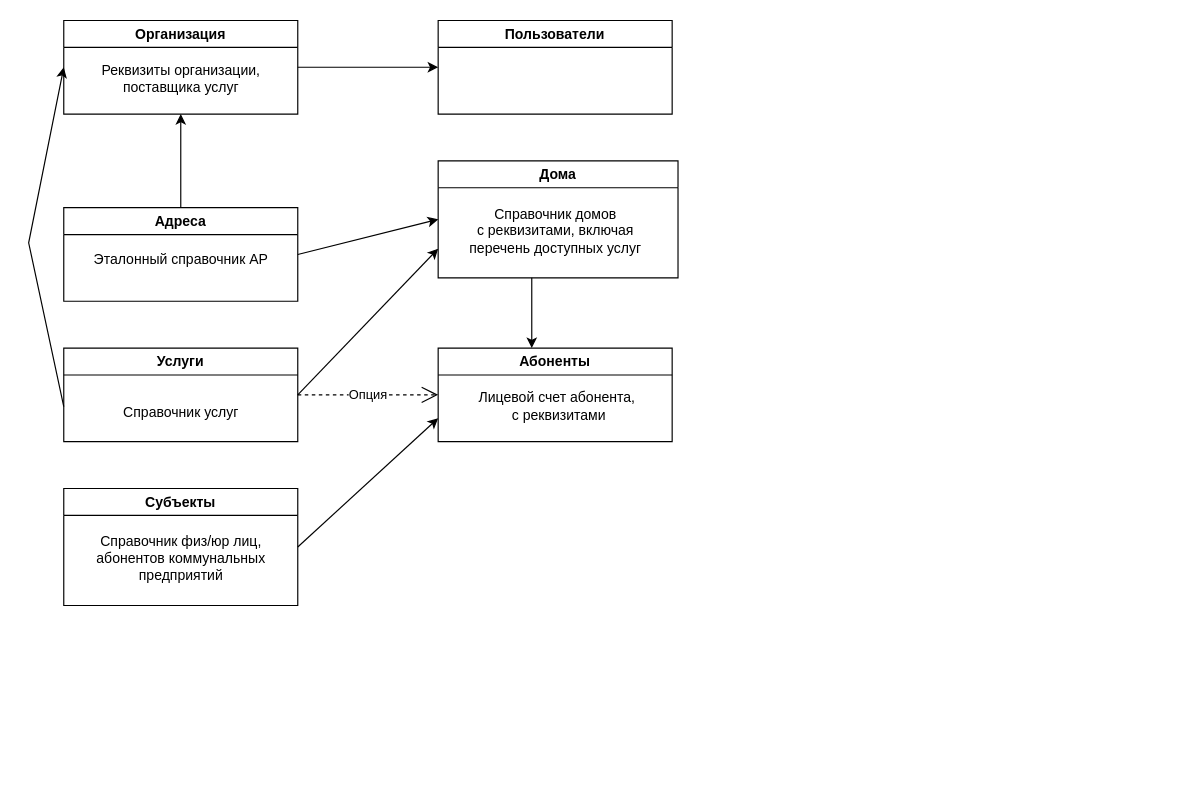
Before: ERBill.drawio in mr-vic/billing, a draw.io diagram. Source tidied: cells renumbered, new cells numbered last; positions are measured from the earlier drawing's top-left corner, leaving out a move shared by most shapes. Both pictures are drawn from the tidied source at 117%, with x=0, y=0 at pixel (28, 20).
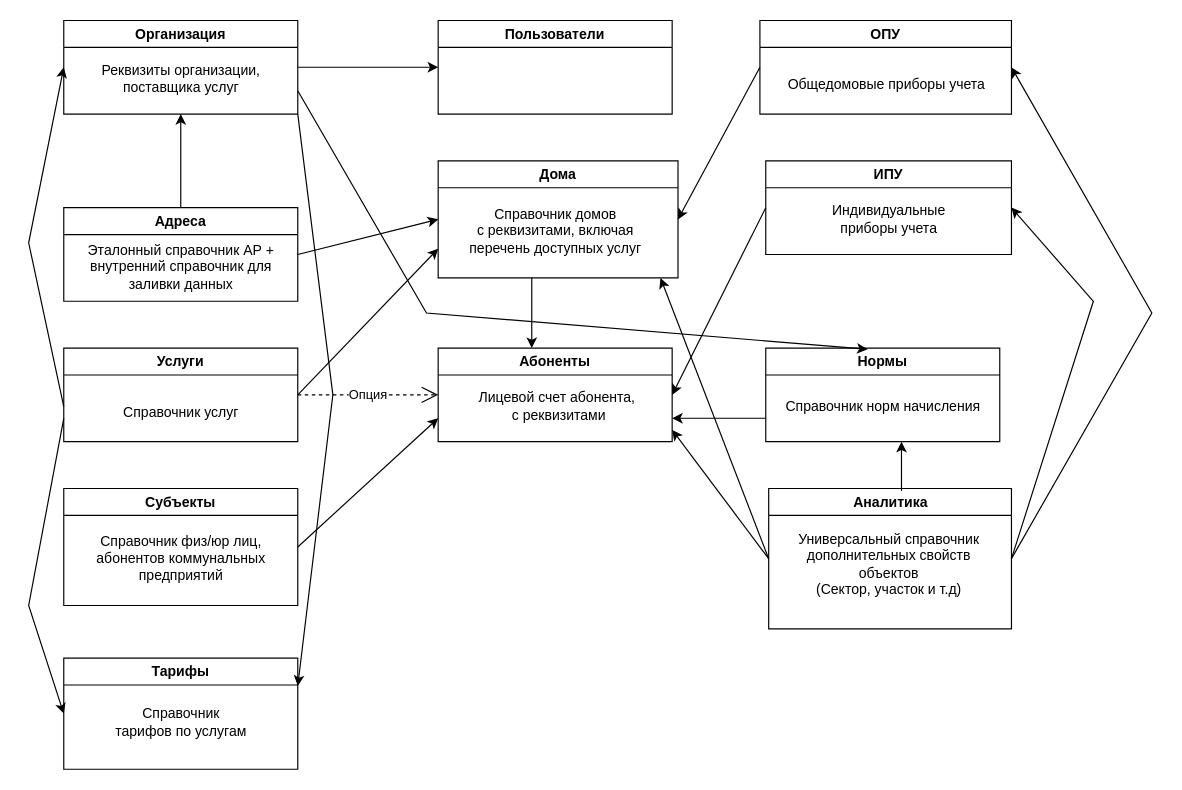
Above is the later version.

The change refers to these unchanged cells:
```xml
<mxCell id="2" value="Организация" style="swimlane;whiteSpace=wrap;html=1;" parent="1" vertex="1">
  <mxGeometry x="30" width="200" height="80" as="geometry" />
</mxCell>
<mxCell id="6" value="Адреса" style="swimlane;whiteSpace=wrap;html=1;" parent="1" vertex="1">
  <mxGeometry x="30" y="160" width="200" height="80" as="geometry" />
</mxCell>
<mxCell id="9" value="Услуги" style="swimlane;whiteSpace=wrap;html=1;" parent="1" vertex="1">
  <mxGeometry x="30" y="280" width="200" height="80" as="geometry" />
</mxCell>
<mxCell id="11" value="Дома" style="swimlane;whiteSpace=wrap;html=1;" parent="1" vertex="1">
  <mxGeometry x="350" y="120" width="205" height="100" as="geometry" />
</mxCell>
<mxCell id="17" value="Абоненты" style="swimlane;whiteSpace=wrap;html=1;" parent="1" vertex="1">
  <mxGeometry x="350" y="280" width="200" height="80" as="geometry" />
</mxCell>
```

The edit, as a diff of the source:
```diff
@@
-    <mxCell id="7" value="Эталонный справочник АР" style="text;html=1;align=center;verticalAlign=middle;strokeColor=none;fillColor=none;" parent="6" vertex="1">
-      <mxGeometry x="15" y="30" width="170" height="30" as="geometry" />
+    <mxCell id="7" value="Эталонный справочник АР +&lt;br&gt;внутренний справочник для&lt;br&gt;заливки данных" style="text;html=1;align=center;verticalAlign=middle;strokeColor=none;fillColor=none;" parent="6" vertex="1">
+      <mxGeometry x="10" y="21" width="180" height="60" as="geometry" />
     </mxCell>
@@
+    <mxCell id="23" value="ОПУ" style="swimlane;whiteSpace=wrap;html=1;" parent="1" vertex="1">
+      <mxGeometry x="625" width="215" height="80" as="geometry" />
+    </mxCell>
+    <mxCell id="24" value="Общедомовые приборы учета" style="text;html=1;align=center;verticalAlign=middle;strokeColor=none;fillColor=none;" parent="23" vertex="1">
+      <mxGeometry x="12.5" y="40" width="190" height="30" as="geometry" />
+    </mxCell>
+    <mxCell id="25" style="endArrow=classic;html=1;rounded=0;exitX=0;exitY=0.5;exitDx=0;exitDy=0;entryX=1;entryY=0.5;entryDx=0;entryDy=0;" parent="1" edge="1" source="23" target="11">
+      <mxGeometry relative="1" as="geometry" />
+    </mxCell>
+    <mxCell id="26" value="ИПУ" style="swimlane;whiteSpace=wrap;html=1;" parent="1" vertex="1">
+      <mxGeometry x="630" y="120" width="210" height="80" as="geometry" />
+    </mxCell>
+    <mxCell id="27" value="Индивидуальные &lt;br&gt;приборы учета" style="text;html=1;align=center;verticalAlign=middle;strokeColor=none;fillColor=none;" parent="26" vertex="1">
+      <mxGeometry x="45" y="30" width="120" height="40" as="geometry" />
+    </mxCell>
+    <mxCell id="28" style="endArrow=classic;html=1;rounded=0;entryX=1;entryY=0.5;entryDx=0;entryDy=0;exitX=0;exitY=0.5;exitDx=0;exitDy=0;" parent="1" edge="1" source="26" target="17">
+      <mxGeometry relative="1" as="geometry" />
+    </mxCell>
+    <mxCell id="29" value="Тарифы" style="swimlane;whiteSpace=wrap;html=1;" parent="1" vertex="1">
+      <mxGeometry x="30" y="545" width="200" height="95" as="geometry" />
+    </mxCell>
+    <mxCell id="30" value="Справочник&lt;br&gt;тарифов по услугам" style="text;html=1;align=center;verticalAlign=middle;strokeColor=none;fillColor=none;" parent="29" vertex="1">
+      <mxGeometry x="30" y="35" width="140" height="40" as="geometry" />
+    </mxCell>
+    <mxCell id="31" style="endArrow=classic;html=1;rounded=0;exitX=0;exitY=0.75;exitDx=0;exitDy=0;entryX=0;entryY=0.5;entryDx=0;entryDy=0;" parent="1" edge="1" source="9" target="29">
+      <mxGeometry relative="1" as="geometry">
+        <Array as="points">
+          <mxPoint y="500" />
+        </Array>
+      </mxGeometry>
+    </mxCell>
+    <mxCell id="32" style="endArrow=classic;html=1;rounded=0;exitX=1;exitY=1;exitDx=0;exitDy=0;entryX=1;entryY=0.25;entryDx=0;entryDy=0;" parent="1" edge="1" source="2" target="29">
+      <mxGeometry relative="1" as="geometry">
+        <Array as="points">
+          <mxPoint x="260" y="320" />
+        </Array>
+      </mxGeometry>
+    </mxCell>
+    <mxCell id="33" value="Нормы" style="swimlane;whiteSpace=wrap;html=1;" parent="1" vertex="1">
+      <mxGeometry x="630" y="280" width="200" height="80" as="geometry" />
+    </mxCell>
+    <mxCell id="34" value="Справочник норм начисления" style="text;html=1;align=center;verticalAlign=middle;strokeColor=none;fillColor=none;" parent="33" vertex="1">
+      <mxGeometry x="5" y="35" width="190" height="30" as="geometry" />
+    </mxCell>
+    <mxCell id="35" style="endArrow=classic;html=1;rounded=0;exitX=1;exitY=0.75;exitDx=0;exitDy=0;entryX=0.435;entryY=0.013;entryDx=0;entryDy=0;entryPerimeter=0;" parent="1" edge="1" source="2" target="33">
+      <mxGeometry relative="1" as="geometry">
+        <Array as="points">
+          <mxPoint x="340" y="250" />
+        </Array>
+      </mxGeometry>
+    </mxCell>
+    <mxCell id="36" style="endArrow=classic;html=1;rounded=0;exitX=0;exitY=0.75;exitDx=0;exitDy=0;entryX=1;entryY=0.75;entryDx=0;entryDy=0;" parent="1" edge="1" source="33" target="17">
+      <mxGeometry relative="1" as="geometry" />
+    </mxCell>
+    <mxCell id="37" value="Аналитика" style="swimlane;whiteSpace=wrap;html=1;" parent="1" vertex="1">
+      <mxGeometry x="632.5" y="400" width="207.5" height="120" as="geometry" />
+    </mxCell>
+    <mxCell id="38" value="Универсальный справочник&lt;br&gt;дополнительных свойств &lt;br&gt;объектов&lt;br&gt;(Сектор, участок и т.д)" style="text;html=1;align=center;verticalAlign=middle;strokeColor=none;fillColor=none;" parent="37" vertex="1">
+      <mxGeometry x="12.5" y="30" width="180" height="70" as="geometry" />
+    </mxCell>
+    <mxCell id="39" style="endArrow=classic;html=1;rounded=0;exitX=0;exitY=0.5;exitDx=0;exitDy=0;" parent="1" edge="1" source="37">
+      <mxGeometry relative="1" as="geometry">
+        <mxPoint x="550" y="350" as="targetPoint" />
+      </mxGeometry>
+    </mxCell>
+    <mxCell id="40" style="endArrow=classic;html=1;rounded=0;exitX=0;exitY=0.5;exitDx=0;exitDy=0;" parent="1" edge="1" source="37">
+      <mxGeometry relative="1" as="geometry">
+        <mxPoint x="540" y="220" as="targetPoint" />
+      </mxGeometry>
+    </mxCell>
+    <mxCell id="41" style="endArrow=classic;html=1;rounded=0;exitX=1;exitY=0.5;exitDx=0;exitDy=0;entryX=1;entryY=0.5;entryDx=0;entryDy=0;" parent="1" edge="1" source="37" target="23">
+      <mxGeometry relative="1" as="geometry">
+        <Array as="points">
+          <mxPoint x="960" y="250" />
+        </Array>
+      </mxGeometry>
+    </mxCell>
+    <mxCell id="42" style="endArrow=classic;html=1;rounded=0;entryX=1;entryY=0.5;entryDx=0;entryDy=0;" parent="1" edge="1" target="26">
+      <mxGeometry relative="1" as="geometry">
+        <mxPoint x="840" y="460" as="sourcePoint" />
+        <Array as="points">
+          <mxPoint x="910" y="240" />
+        </Array>
+      </mxGeometry>
+    </mxCell>
+    <mxCell id="43" style="endArrow=classic;html=1;rounded=0;exitX=0.547;exitY=0.017;exitDx=0;exitDy=0;exitPerimeter=0;" parent="1" edge="1" source="37">
+      <mxGeometry relative="1" as="geometry">
+        <mxPoint x="746" y="360" as="targetPoint" />
+      </mxGeometry>
+    </mxCell>
```
